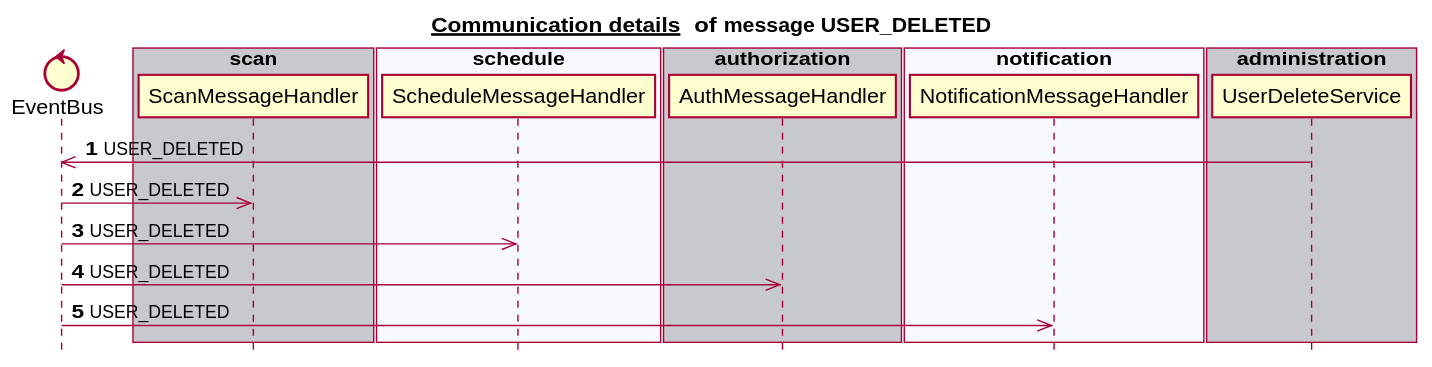
The PlantUML diagram docs/latest/images/gen_domain_messaging_user_deleted.svg in mercedes-benz/sechub, before a commit. Its diagram source:
```plantuml
@startuml


title __Communication details __ of **message USER_DELETED**
skinparam style strictuml


control EventBus
box "scan" #C8C8CF
   participant ScanMessageHandler
end box
box "schedule" #F8F8FF
   participant ScheduleMessageHandler
end box
box "authorization" #C8C8CF
   participant AuthMessageHandler
end box
box "notification" #F8F8FF
   participant NotificationMessageHandler
end box
box "administration" #C8C8CF
   participant UserDeleteService
end box
autonumber 1
UserDeleteService ->> EventBus:USER_DELETED
EventBus ->> ScanMessageHandler:USER_DELETED
EventBus ->> ScheduleMessageHandler:USER_DELETED
EventBus ->> AuthMessageHandler:USER_DELETED
EventBus ->> NotificationMessageHandler:USER_DELETED
autonumber stop


@enduml
```
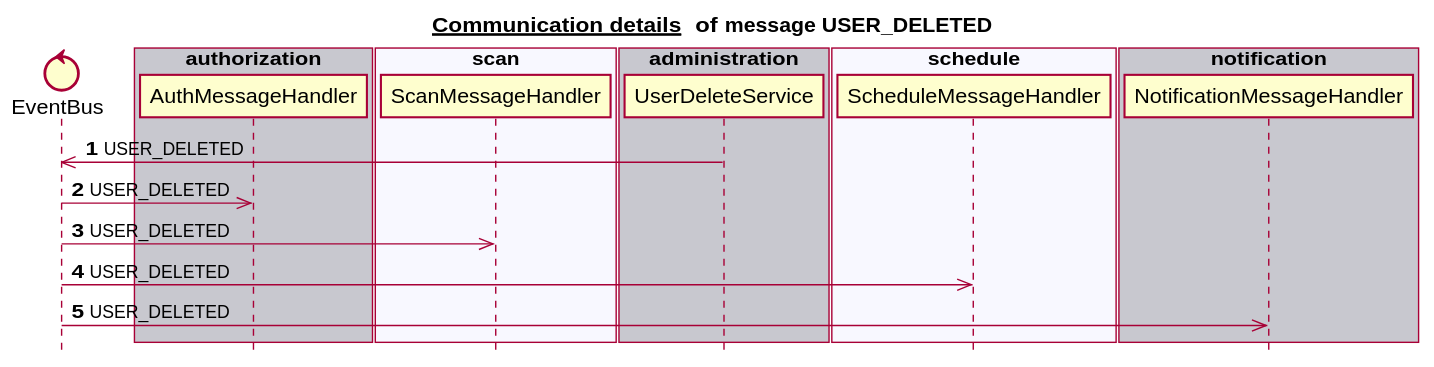
Above is the later version.

Change to the diagram source:
```diff
@@ -6,26 +6,26 @@
 
 
 control EventBus
-box "scan" #C8C8CF
+box "authorization" #C8C8CF
+   participant AuthMessageHandler
+end box
+box "scan" #F8F8FF
    participant ScanMessageHandler
+end box
+box "administration" #C8C8CF
+   participant UserDeleteService
 end box
 box "schedule" #F8F8FF
    participant ScheduleMessageHandler
 end box
-box "authorization" #C8C8CF
-   participant AuthMessageHandler
-end box
-box "notification" #F8F8FF
+box "notification" #C8C8CF
    participant NotificationMessageHandler
-end box
-box "administration" #C8C8CF
-   participant UserDeleteService
 end box
 autonumber 1
 UserDeleteService ->> EventBus:USER_DELETED
+EventBus ->> AuthMessageHandler:USER_DELETED
 EventBus ->> ScanMessageHandler:USER_DELETED
 EventBus ->> ScheduleMessageHandler:USER_DELETED
-EventBus ->> AuthMessageHandler:USER_DELETED
 EventBus ->> NotificationMessageHandler:USER_DELETED
 autonumber stop
 
```
